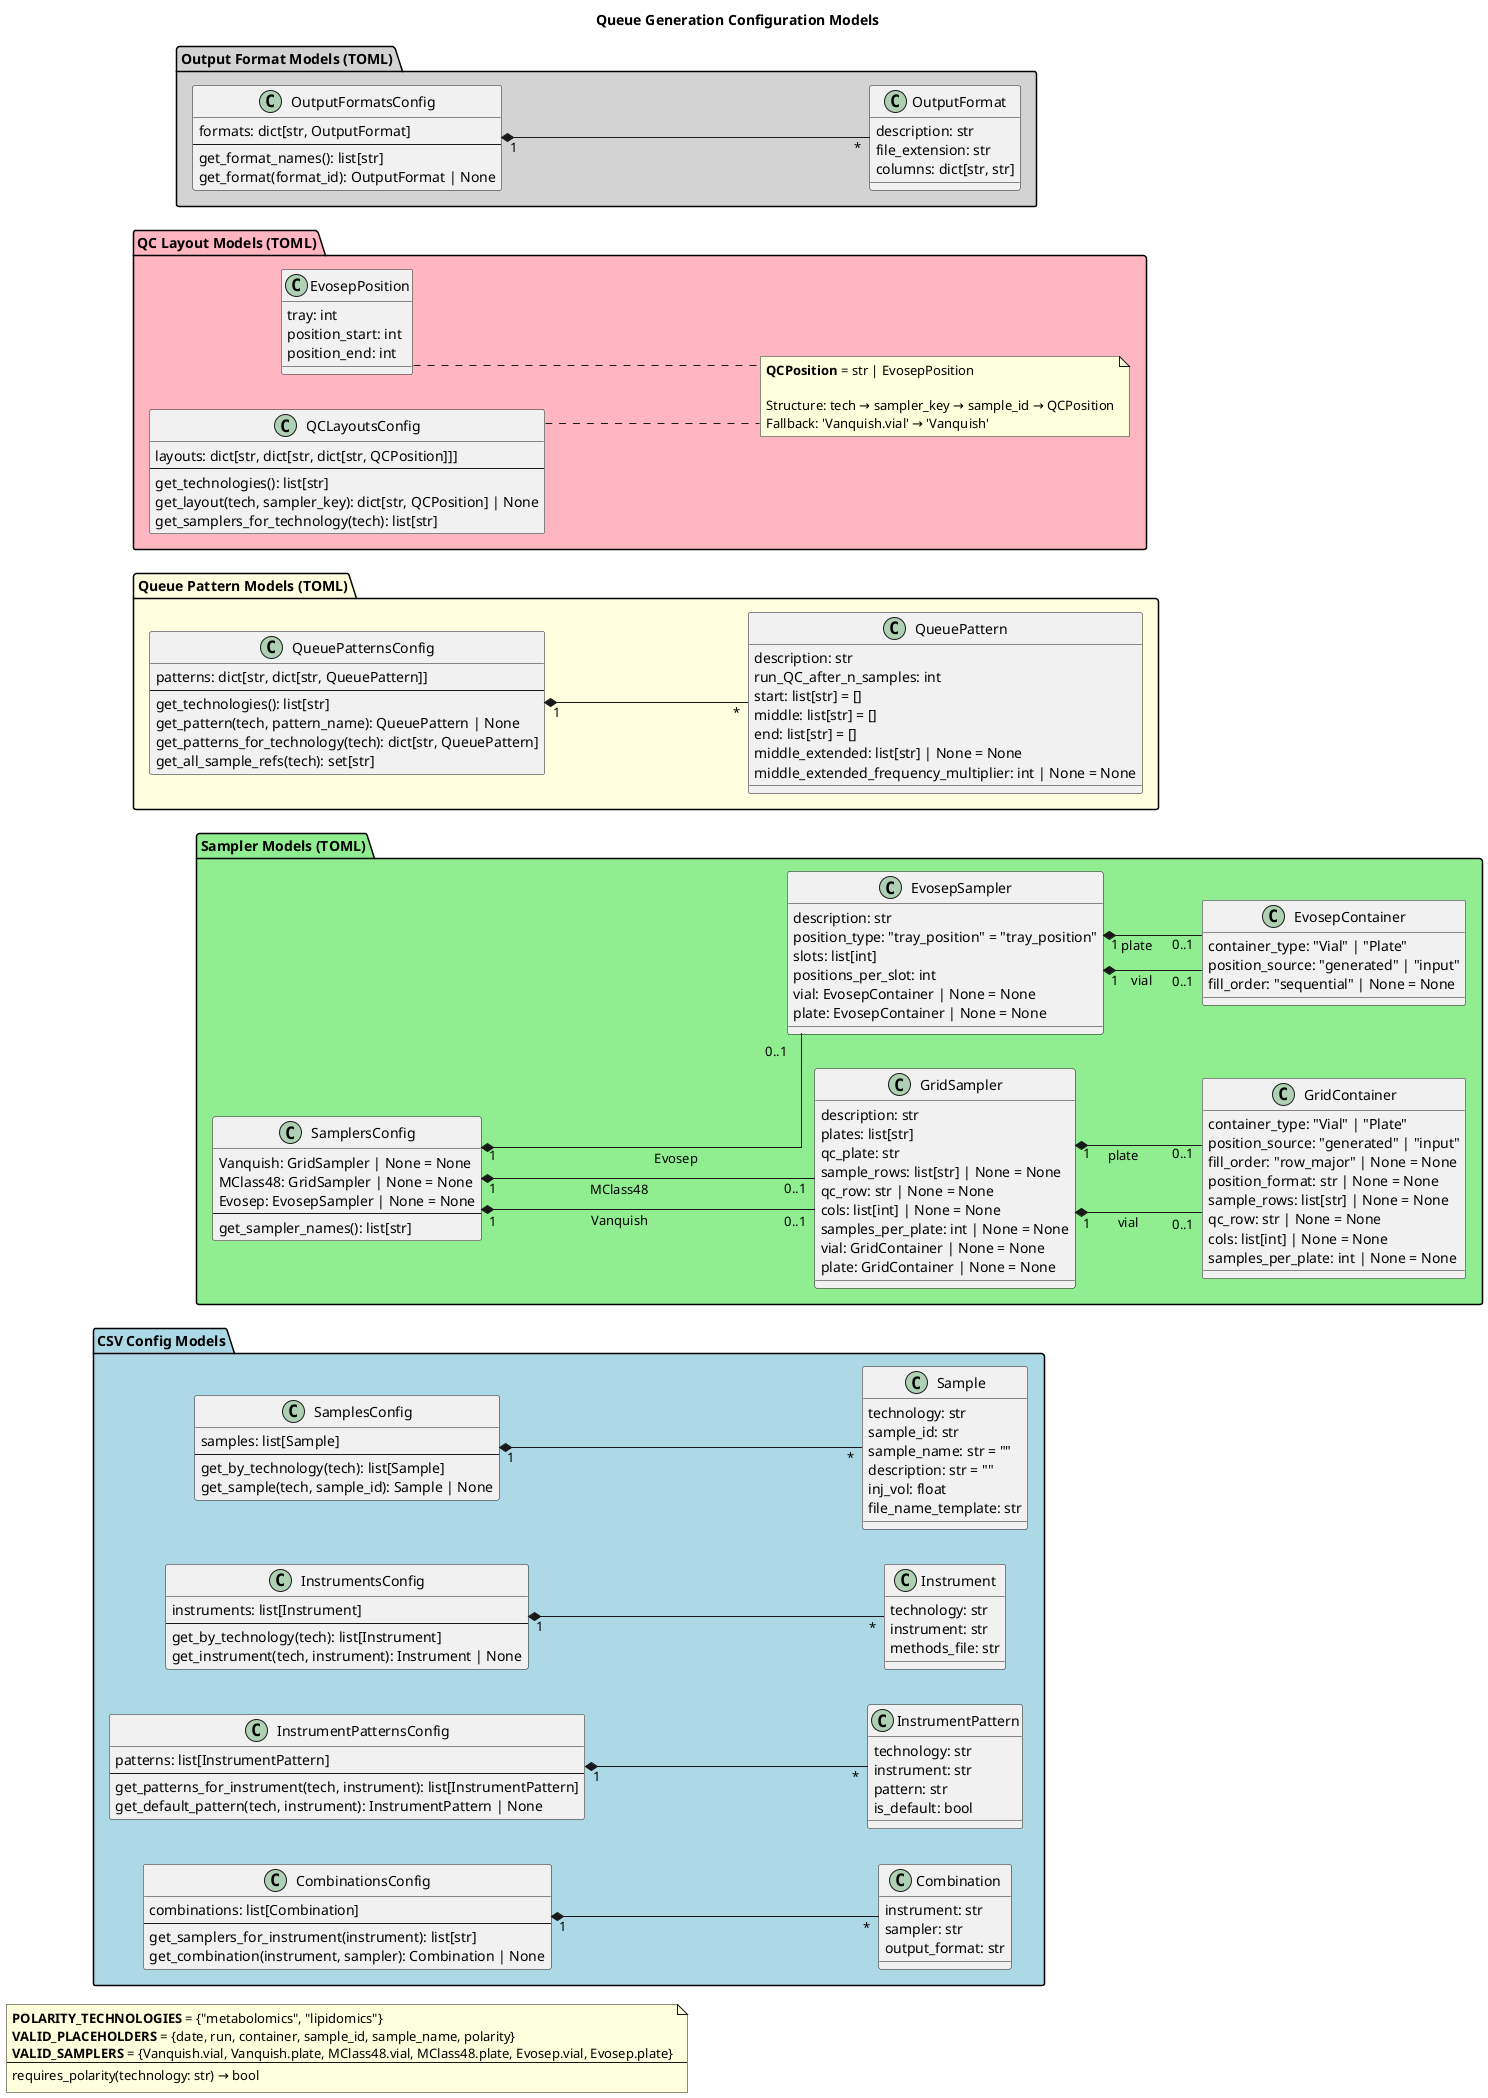
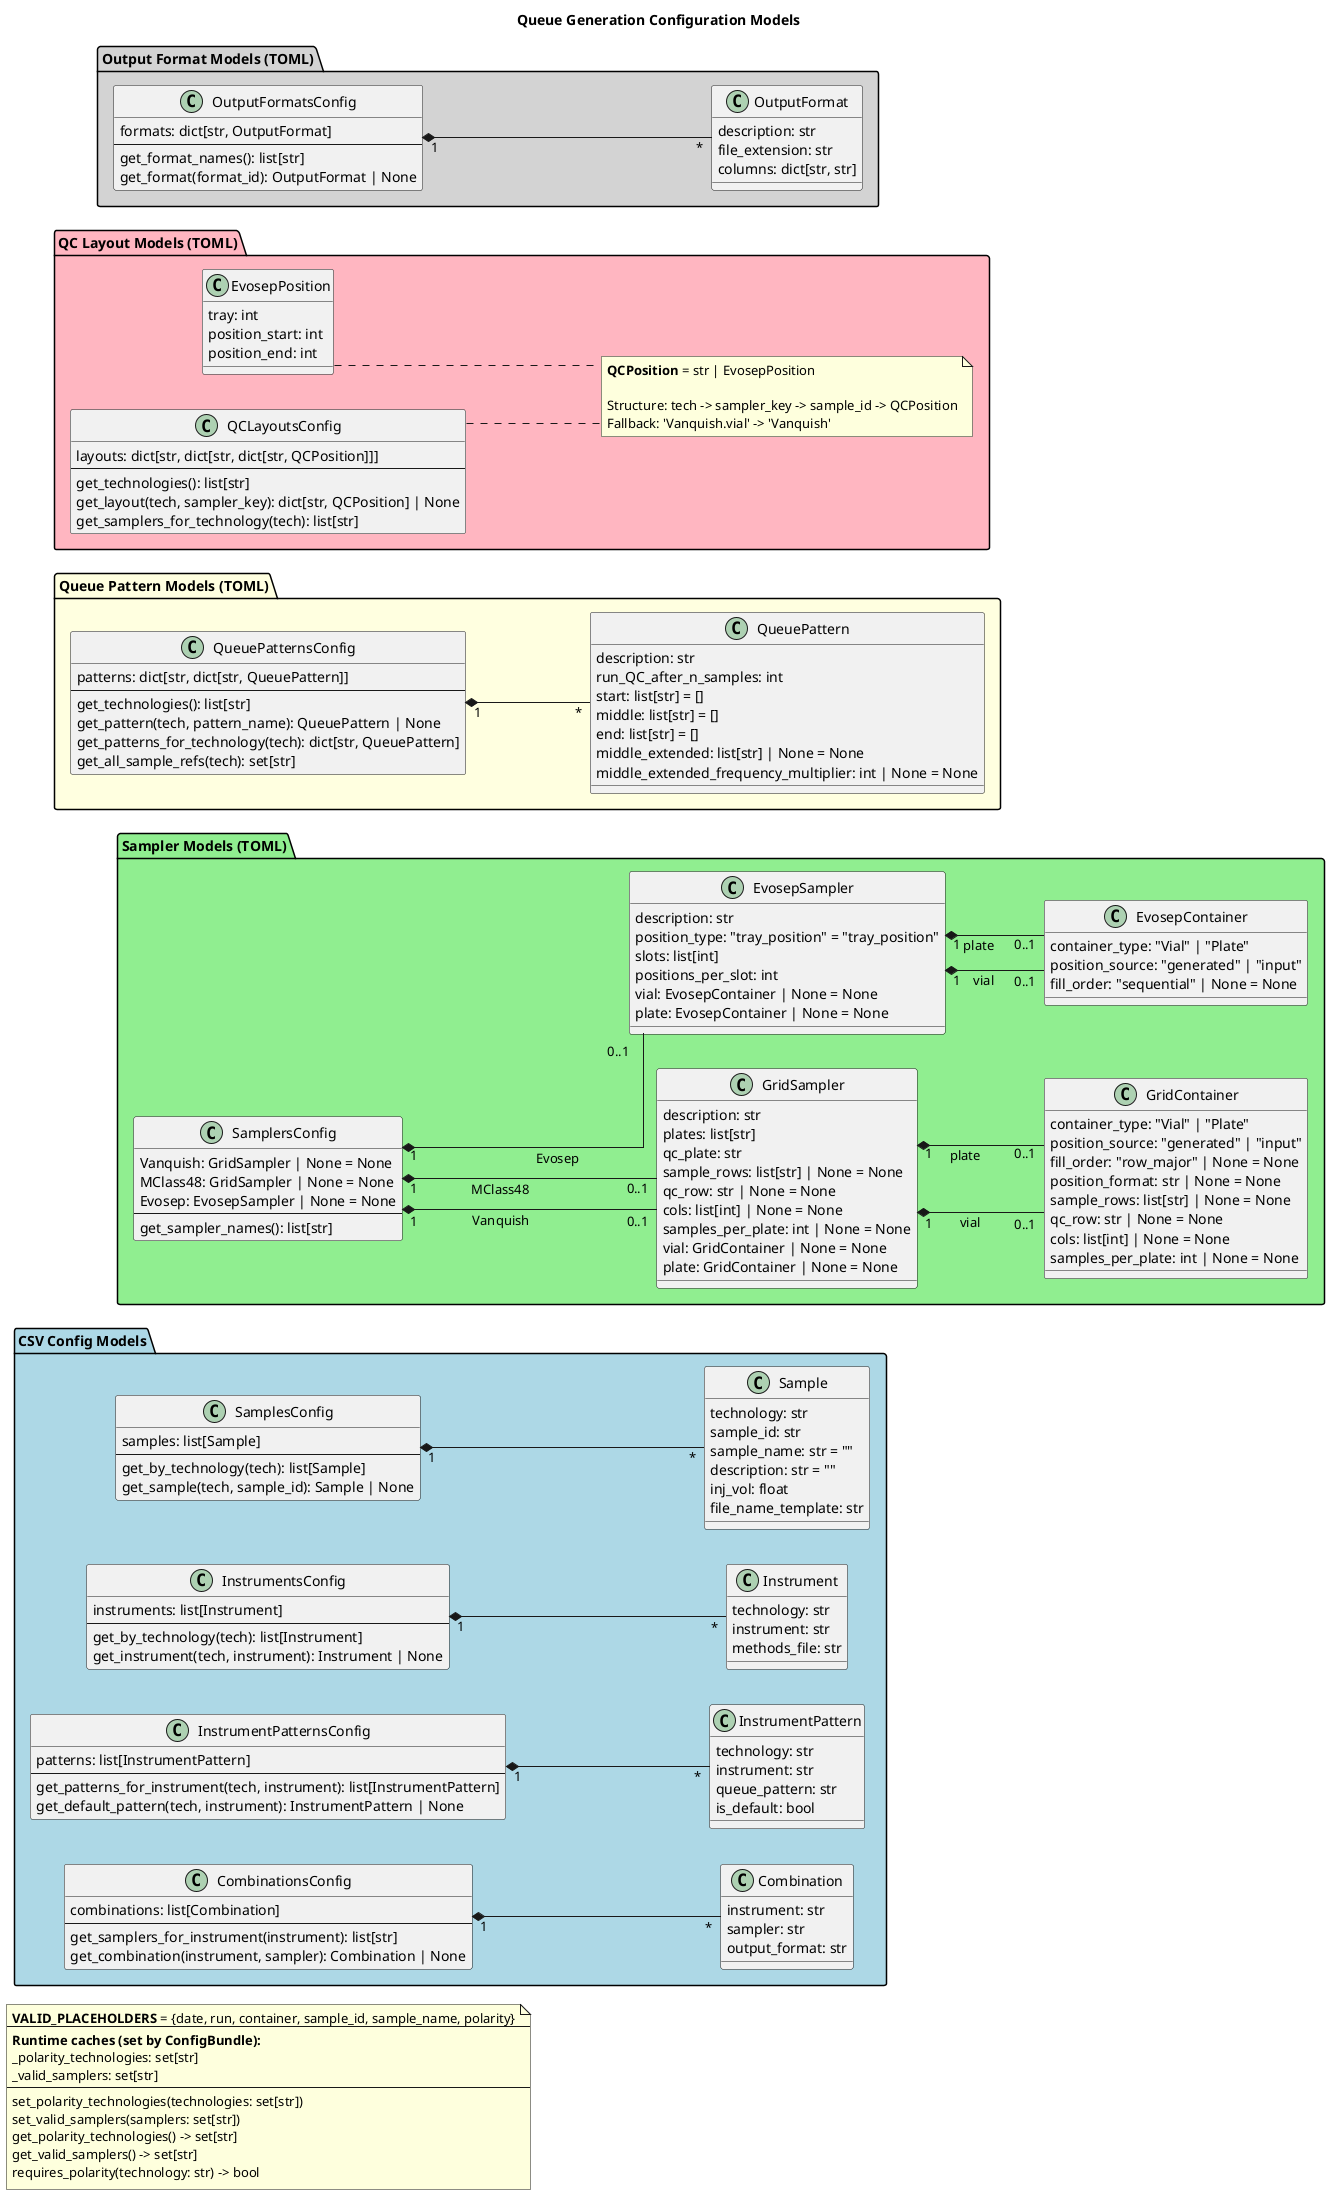
@startuml models
skinparam classAttributeIconSize 0
skinparam linetype ortho
left to right direction

title Queue Generation Configuration Models

' ============ Constants ============

note as Constants
-   **POLARITY_TECHNOLOGIES** = {"metabolomics", "lipidomics"}
  **VALID_PLACEHOLDERS** = {date, run, container, sample_id, sample_name, polarity}
-   **VALID_SAMPLERS** = {Vanquish.vial, Vanquish.plate, MClass48.vial, MClass48.plate, Evosep.vial, Evosep.plate}
  --
-   requires_polarity(technology: str) → bool
+   **Runtime caches (set by ConfigBundle):**
+   _polarity_technologies: set[str]
+   _valid_samplers: set[str]
+   --
+   set_polarity_technologies(technologies: set[str])
+   set_valid_samplers(samplers: set[str])
+   get_polarity_technologies() -> set[str]
+   get_valid_samplers() -> set[str]
+   requires_polarity(technology: str) -> bool
end note

' ============ CSV-based Config Models ============

package "CSV Config Models" #LightBlue {
    class Sample {
        technology: str
        sample_id: str
        sample_name: str = ""
        description: str = ""
        inj_vol: float
        file_name_template: str
    }

    class SamplesConfig {
        samples: list[Sample]
        --
        get_by_technology(tech): list[Sample]
        get_sample(tech, sample_id): Sample | None
    }

    class Instrument {
        technology: str
        instrument: str
        methods_file: str
    }

    class InstrumentsConfig {
        instruments: list[Instrument]
        --
        get_by_technology(tech): list[Instrument]
        get_instrument(tech, instrument): Instrument | None
    }

    class InstrumentPattern {
        technology: str
        instrument: str
-         pattern: str
+         queue_pattern: str
        is_default: bool
    }

    class InstrumentPatternsConfig {
        patterns: list[InstrumentPattern]
        --
        get_patterns_for_instrument(tech, instrument): list[InstrumentPattern]
        get_default_pattern(tech, instrument): InstrumentPattern | None
    }

    class Combination {
        instrument: str
        sampler: str
        output_format: str
    }

    class CombinationsConfig {
        combinations: list[Combination]
        --
        get_samplers_for_instrument(instrument): list[str]
        get_combination(instrument, sampler): Combination | None
    }

    SamplesConfig "1" *-- "*" Sample
    InstrumentsConfig "1" *-- "*" Instrument
    InstrumentPatternsConfig "1" *-- "*" InstrumentPattern
    CombinationsConfig "1" *-- "*" Combination
}

' ============ Sampler Models (TOML) ============

package "Sampler Models (TOML)" #LightGreen {
    class GridContainer {
        container_type: "Vial" | "Plate"
        position_source: "generated" | "input"
        fill_order: "row_major" | None = None
        position_format: str | None = None
        sample_rows: list[str] | None = None
        qc_row: str | None = None
        cols: list[int] | None = None
        samples_per_plate: int | None = None
    }

    class EvosepContainer {
        container_type: "Vial" | "Plate"
        position_source: "generated" | "input"
        fill_order: "sequential" | None = None
    }

    class GridSampler {
        description: str
        plates: list[str]
        qc_plate: str
        sample_rows: list[str] | None = None
        qc_row: str | None = None
        cols: list[int] | None = None
        samples_per_plate: int | None = None
        vial: GridContainer | None = None
        plate: GridContainer | None = None
    }

    class EvosepSampler {
        description: str
        position_type: "tray_position" = "tray_position"
        slots: list[int]
        positions_per_slot: int
        vial: EvosepContainer | None = None
        plate: EvosepContainer | None = None
    }

    class SamplersConfig {
        Vanquish: GridSampler | None = None
        MClass48: GridSampler | None = None
        Evosep: EvosepSampler | None = None
        --
        get_sampler_names(): list[str]
    }

    GridSampler "1" *-- "0..1" GridContainer : vial
    GridSampler "1" *-- "0..1" GridContainer : plate
    EvosepSampler "1" *-- "0..1" EvosepContainer : vial
    EvosepSampler "1" *-- "0..1" EvosepContainer : plate
    SamplersConfig "1" *-- "0..1" GridSampler : Vanquish
    SamplersConfig "1" *-- "0..1" GridSampler : MClass48
    SamplersConfig "1" *-- "0..1" EvosepSampler : Evosep
}

' ============ Queue Pattern Models (TOML) ============

package "Queue Pattern Models (TOML)" #LightYellow {
    class QueuePattern {
        description: str
        run_QC_after_n_samples: int
        start: list[str] = []
        middle: list[str] = []
        end: list[str] = []
        middle_extended: list[str] | None = None
        middle_extended_frequency_multiplier: int | None = None
    }

    class QueuePatternsConfig {
        patterns: dict[str, dict[str, QueuePattern]]
        --
        get_technologies(): list[str]
        get_pattern(tech, pattern_name): QueuePattern | None
        get_patterns_for_technology(tech): dict[str, QueuePattern]
        get_all_sample_refs(tech): set[str]
    }

    QueuePatternsConfig "1" *-- "*" QueuePattern
}

' ============ QC Layout Models (TOML) ============

package "QC Layout Models (TOML)" #LightPink {
    class EvosepPosition {
        tray: int
        position_start: int
        position_end: int
    }

    class QCLayoutsConfig {
        layouts: dict[str, dict[str, dict[str, QCPosition]]]
        --
        get_technologies(): list[str]
        get_layout(tech, sampler_key): dict[str, QCPosition] | None
        get_samplers_for_technology(tech): list[str]
    }

-     note "**QCPosition** = str | EvosepPosition\n\nStructure: tech → sampler_key → sample_id → QCPosition\nFallback: 'Vanquish.vial' → 'Vanquish'" as N1
+     note "**QCPosition** = str | EvosepPosition\n\nStructure: tech -> sampler_key -> sample_id -> QCPosition\nFallback: 'Vanquish.vial' -> 'Vanquish'" as N1
    QCLayoutsConfig .. N1
    EvosepPosition .. N1
}

' ============ Output Format Models (TOML) ============

package "Output Format Models (TOML)" #LightGray {
    class OutputFormat {
        description: str
        file_extension: str
        columns: dict[str, str]
    }

    class OutputFormatsConfig {
        formats: dict[str, OutputFormat]
        --
        get_format_names(): list[str]
        get_format(format_id): OutputFormat | None
    }

    OutputFormatsConfig "1" *-- "*" OutputFormat
}

@enduml
